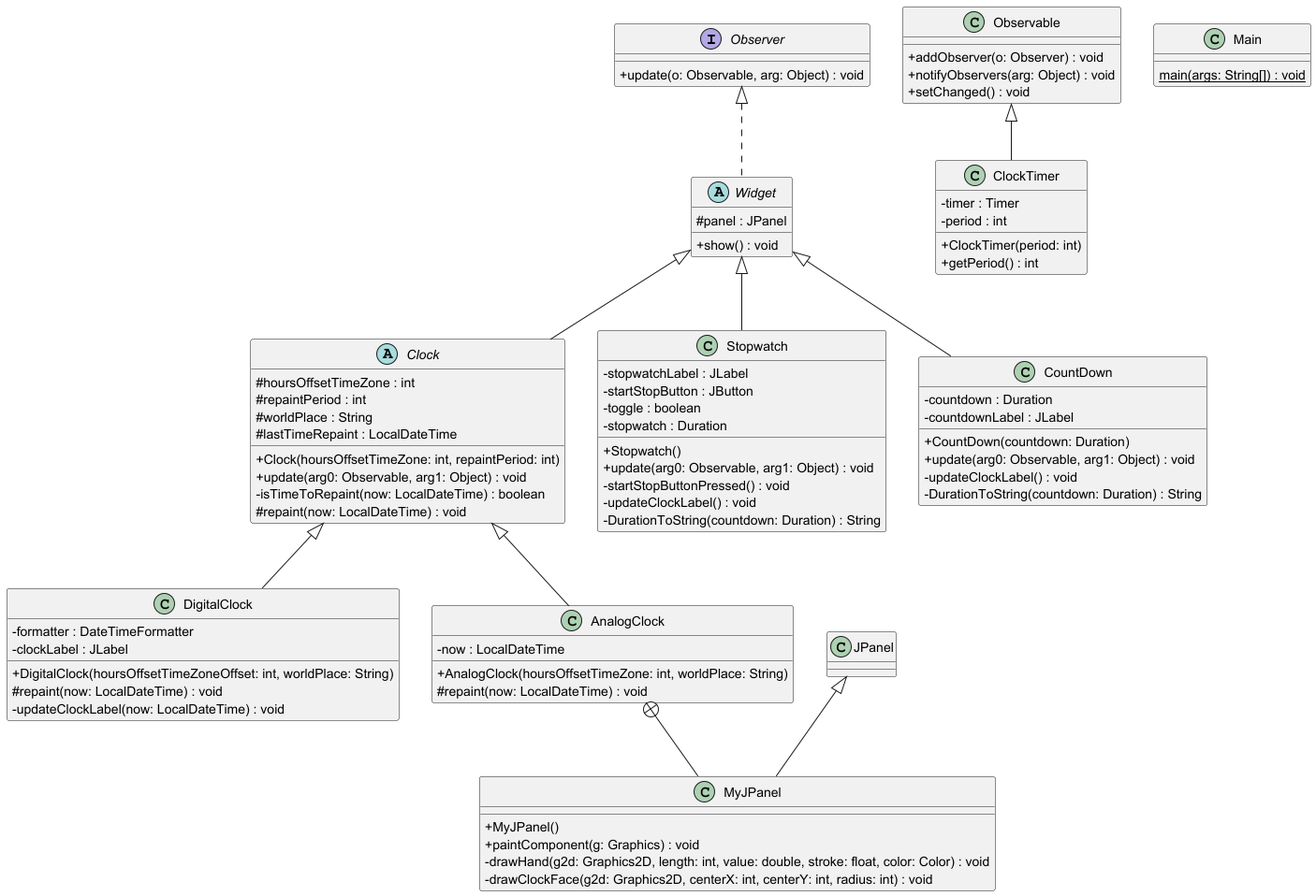
Lluis05/clocks-observer keeps this PlantUML diagram as out/production/clocks-observer/independent_clocks/clocks.png. Above is the earlier version. Source of this version:
```plantuml
@startuml
skinparam classAttributeIconSize 0

interface Observer {
  + update(o: Observable, arg: Object) : void
}

class Observable {
  + addObserver(o: Observer) : void
  + notifyObservers(arg: Object) : void
  + setChanged() : void
}

abstract class Widget implements Observer {
  # panel : JPanel
  + show() : void
}

class ClockTimer extends Observable {
  - timer : Timer
  - period : int
  + ClockTimer(period: int)
  + getPeriod() : int
}

abstract class Clock extends Widget {
  # hoursOffsetTimeZone : int
  # repaintPeriod : int
  # worldPlace : String
  # lastTimeRepaint : LocalDateTime
  + Clock(hoursOffsetTimeZone: int, repaintPeriod: int)
  + update(arg0: Observable, arg1: Object) : void
  - isTimeToRepaint(now: LocalDateTime) : boolean
  # repaint(now: LocalDateTime) : void
}

class DigitalClock extends Clock {
  - formatter : DateTimeFormatter
  - clockLabel : JLabel
  + DigitalClock(hoursOffsetTimeZoneOffset: int, worldPlace: String)
  # repaint(now: LocalDateTime) : void
  - updateClockLabel(now: LocalDateTime) : void
}

class AnalogClock extends Clock {
  - now : LocalDateTime
  + AnalogClock(hoursOffsetTimeZone: int, worldPlace: String)
  # repaint(now: LocalDateTime) : void
}

class MyJPanel extends JPanel{
  + MyJPanel()
  + paintComponent(g: Graphics) : void
  - drawHand(g2d: Graphics2D, length: int, value: double, stroke: float, color: Color) : void
  - drawClockFace(g2d: Graphics2D, centerX: int, centerY: int, radius: int) : void
}


class Stopwatch extends Widget {
  - stopwatchLabel : JLabel
  - startStopButton : JButton
  - toggle : boolean
  - stopwatch : Duration
  + Stopwatch()
  + update(arg0: Observable, arg1: Object) : void
  - startStopButtonPressed() : void
  - updateClockLabel() : void
  - DurationToString(countdown: Duration) : String
}


class CountDown extends Widget {
  - countdown : Duration
  - countdownLabel : JLabel
  + CountDown(countdown: Duration)
  + update(arg0: Observable, arg1: Object) : void
  - updateClockLabel() : void
  - DurationToString(countdown: Duration) : String
}

class Main {
  {static} main(args: String[]) : void
}

AnalogClock +-- MyJPanel

@enduml
```
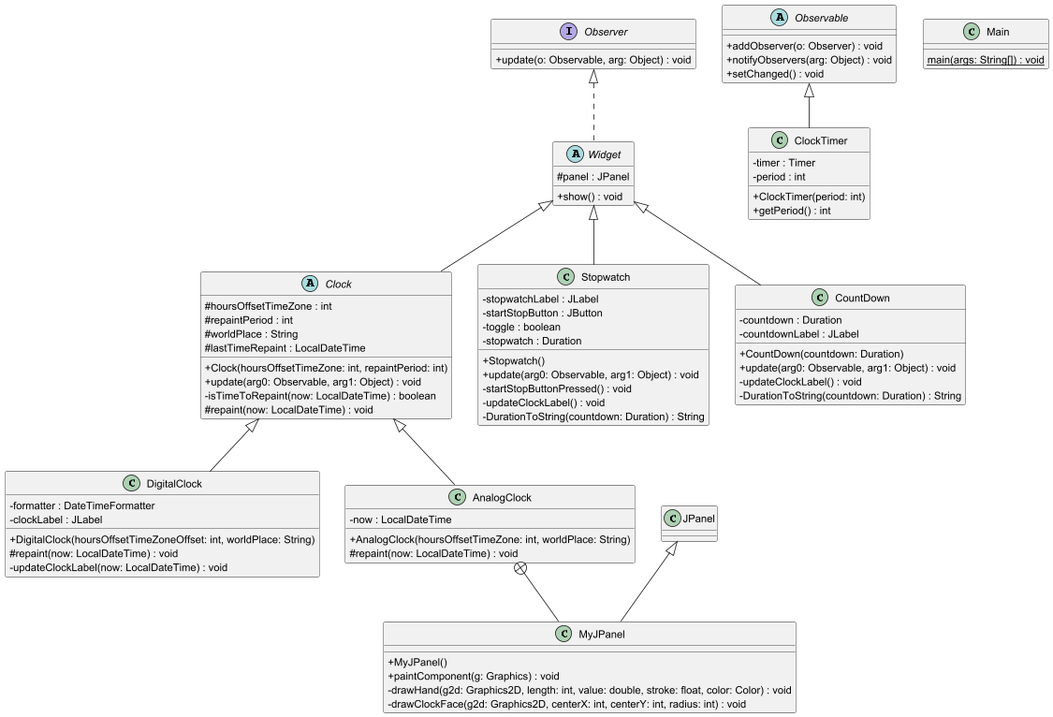
The same file after the commit.

The edit, as a diff of the source:
```diff
@@ -5,7 +5,7 @@
   + update(o: Observable, arg: Object) : void
 }
 
-class Observable {
+abstract class Observable {
   + addObserver(o: Observer) : void
   + notifyObservers(arg: Object) : void
   + setChanged() : void
```
